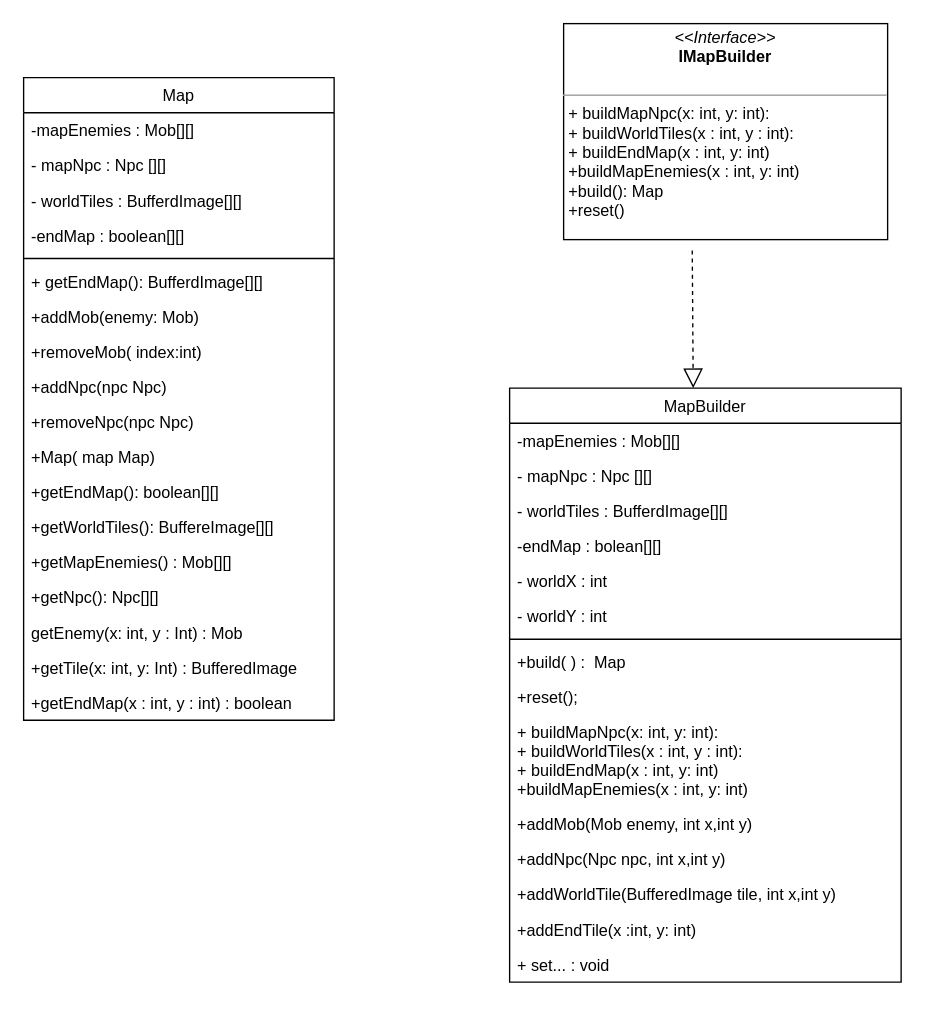
This is log/diagrams/UML/Alessia/Map.drawio from weiss25r/Progetto-ISS-2022-2023, a draw.io file, before an edit. Source tidied: cells renumbered, new cells numbered last; positions are measured from the earlier drawing's top-left corner, leaving out a move shared by most shapes. Both pictures are drawn from the tidied source at 135%, with x=0, y=0 at pixel (23, 23).
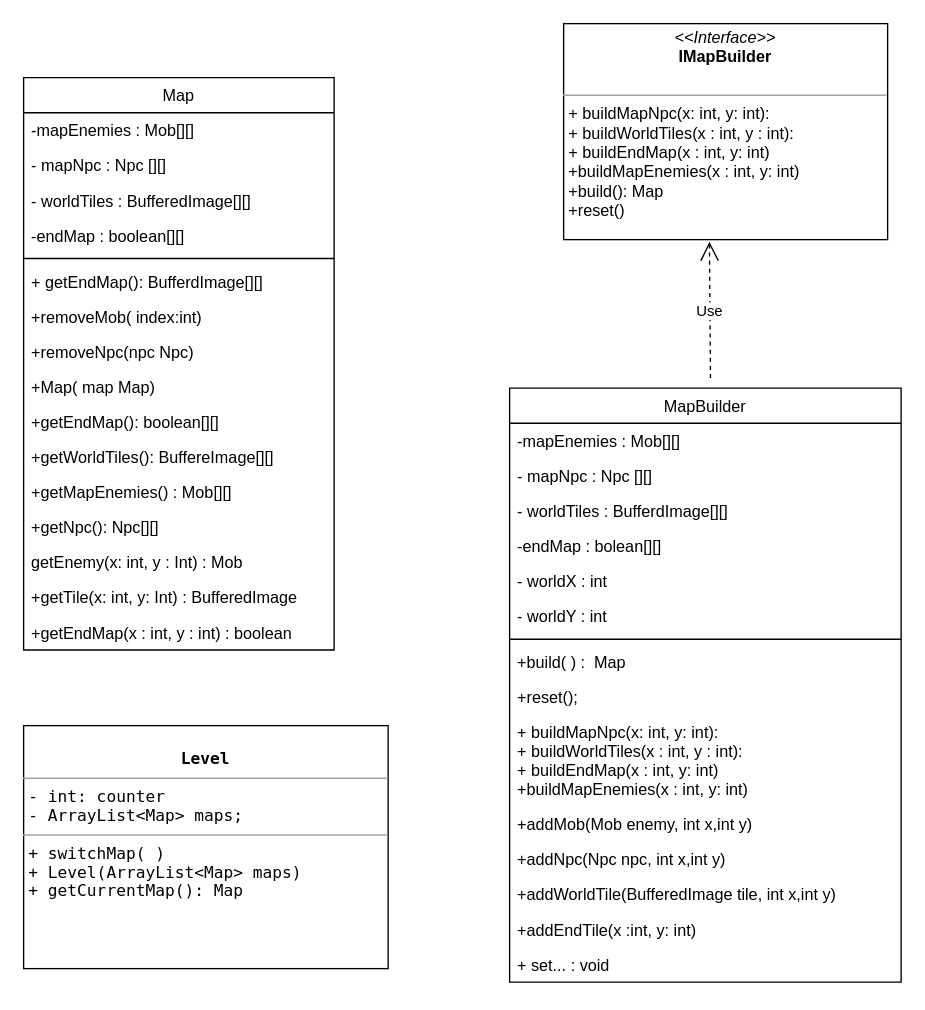
The same diagram, later.

Commit message (it also covers changes not shown here):
Cambiamenti map

Unchanged cells that the change refers to:
```xml
<mxCell id="21" value="&lt;p style=&quot;margin:0px;margin-top:4px;text-align:center;&quot;&gt;&lt;i&gt;&amp;lt;&amp;lt;Interface&amp;gt;&amp;gt;&lt;/i&gt;&lt;br&gt;&lt;b&gt;IMapBuilder&lt;/b&gt;&lt;/p&gt;&lt;p style=&quot;margin:0px;margin-left:4px;&quot;&gt;&lt;br&gt;&lt;/p&gt;&lt;hr size=&quot;1&quot;&gt;&lt;p style=&quot;margin:0px;margin-left:4px;&quot;&gt;+ buildMapNpc(x: int, y: int):&lt;br&gt;+ buildWorldTiles(x : int, y : int):&amp;nbsp;&lt;/p&gt;&lt;p style=&quot;margin:0px;margin-left:4px;&quot;&gt;+ buildEndMap(x : int, y: int)&lt;/p&gt;&lt;p style=&quot;margin:0px;margin-left:4px;&quot;&gt;+buildMapEnemies(x : int, y: int)&lt;/p&gt;&lt;p style=&quot;margin:0px;margin-left:4px;&quot;&gt;+build(): Map&lt;/p&gt;&lt;p style=&quot;margin:0px;margin-left:4px;&quot;&gt;+reset()&lt;/p&gt;" style="verticalAlign=top;align=left;overflow=fill;fontSize=12;fontFamily=Helvetica;html=1;" parent="1" vertex="1">
  <mxGeometry x="400" width="240" height="160" as="geometry" />
</mxCell>
<mxCell id="23" value="MapBuilder" style="swimlane;fontStyle=0;horizontal=1;startSize=26;fillColor=none;" parent="1" vertex="1">
  <mxGeometry x="360" y="270" width="290" height="440" as="geometry" />
</mxCell>
```

The edit, as a diff of the source:
```diff
@@
     <mxCell id="2" value="Map" style="swimlane;fontStyle=0;horizontal=1;startSize=26;fillColor=none;" parent="1" vertex="1">
-      <mxGeometry y="40" width="230" height="476" as="geometry" />
+      <mxGeometry y="40" width="230" height="424" as="geometry" />
     </mxCell>
@@
-    <mxCell id="5" value="- worldTiles : BufferdImage[][]" style="text;strokeColor=none;fillColor=none;align=left;verticalAlign=top;spacingLeft=4;spacingRight=4;overflow=hidden;" parent="2" vertex="1">
+    <mxCell id="5" value="- worldTiles : BufferedImage[][]" style="text;strokeColor=none;fillColor=none;align=left;verticalAlign=top;spacingLeft=4;spacingRight=4;overflow=hidden;" parent="2" vertex="1">
       <mxGeometry y="78" width="230" height="26" as="geometry" />
     </mxCell>
@@
-    <mxCell id="9" value="+addMob(enemy: Mob)" style="text;strokeColor=none;fillColor=none;align=left;verticalAlign=top;spacingLeft=4;spacingRight=4;overflow=hidden;" parent="2" vertex="1">
-      <mxGeometry y="164" width="230" height="26" as="geometry" />
-    </mxCell>
     <mxCell id="10" value="+removeMob( index:int)" style="text;strokeColor=none;fillColor=none;align=left;verticalAlign=top;spacingLeft=4;spacingRight=4;overflow=hidden;" parent="2" vertex="1">
-      <mxGeometry y="190" width="230" height="26" as="geometry" />
+      <mxGeometry y="164" width="230" height="26" as="geometry" />
     </mxCell>
-    <mxCell id="11" value="+addNpc(npc Npc)" style="text;strokeColor=none;fillColor=none;align=left;verticalAlign=top;spacingLeft=4;spacingRight=4;overflow=hidden;" parent="2" vertex="1">
-      <mxGeometry y="216" width="230" height="26" as="geometry" />
-    </mxCell>
     <mxCell id="12" value="+removeNpc(npc Npc)" style="text;strokeColor=none;fillColor=none;align=left;verticalAlign=top;spacingLeft=4;spacingRight=4;overflow=hidden;" parent="2" vertex="1">
-      <mxGeometry y="242" width="230" height="26" as="geometry" />
+      <mxGeometry y="190" width="230" height="26" as="geometry" />
     </mxCell>
     <mxCell id="13" value="+Map( map Map)&#10;" style="text;strokeColor=none;fillColor=none;align=left;verticalAlign=top;spacingLeft=4;spacingRight=4;overflow=hidden;" parent="2" vertex="1">
-      <mxGeometry y="268" width="230" height="26" as="geometry" />
+      <mxGeometry y="216" width="230" height="26" as="geometry" />
     </mxCell>
     <mxCell id="14" value="+getEndMap(): boolean[][]" style="text;strokeColor=none;fillColor=none;align=left;verticalAlign=top;spacingLeft=4;spacingRight=4;overflow=hidden;" parent="2" vertex="1">
-      <mxGeometry y="294" width="230" height="26" as="geometry" />
+      <mxGeometry y="242" width="230" height="26" as="geometry" />
     </mxCell>
     <mxCell id="15" value="+getWorldTiles(): BuffereImage[][]" style="text;strokeColor=none;fillColor=none;align=left;verticalAlign=top;spacingLeft=4;spacingRight=4;overflow=hidden;" parent="2" vertex="1">
-      <mxGeometry y="320" width="230" height="26" as="geometry" />
+      <mxGeometry y="268" width="230" height="26" as="geometry" />
     </mxCell>
     <mxCell id="16" value="+getMapEnemies() : Mob[][] " style="text;strokeColor=none;fillColor=none;align=left;verticalAlign=top;spacingLeft=4;spacingRight=4;overflow=hidden;" parent="2" vertex="1">
-      <mxGeometry y="346" width="230" height="26" as="geometry" />
+      <mxGeometry y="294" width="230" height="26" as="geometry" />
     </mxCell>
     <mxCell id="17" value="+getNpc(): Npc[][]" style="text;strokeColor=none;fillColor=none;align=left;verticalAlign=top;spacingLeft=4;spacingRight=4;overflow=hidden;" parent="2" vertex="1">
-      <mxGeometry y="372" width="230" height="26" as="geometry" />
+      <mxGeometry y="320" width="230" height="26" as="geometry" />
     </mxCell>
     <mxCell id="18" value="getEnemy(x: int, y : Int) : Mob" style="text;strokeColor=none;fillColor=none;align=left;verticalAlign=top;spacingLeft=4;spacingRight=4;overflow=hidden;" parent="2" vertex="1">
-      <mxGeometry y="398" width="230" height="26" as="geometry" />
+      <mxGeometry y="346" width="230" height="26" as="geometry" />
     </mxCell>
     <mxCell id="19" value="+getTile(x: int, y: Int) : BufferedImage " style="text;strokeColor=none;fillColor=none;align=left;verticalAlign=top;spacingLeft=4;spacingRight=4;overflow=hidden;" parent="2" vertex="1">
-      <mxGeometry y="424" width="230" height="26" as="geometry" />
+      <mxGeometry y="372" width="230" height="26" as="geometry" />
     </mxCell>
     <mxCell id="20" value="+getEndMap(x : int, y : int) : boolean" style="text;strokeColor=none;fillColor=none;align=left;verticalAlign=top;spacingLeft=4;spacingRight=4;overflow=hidden;" parent="2" vertex="1">
-      <mxGeometry y="450" width="230" height="26" as="geometry" />
+      <mxGeometry y="398" width="230" height="26" as="geometry" />
     </mxCell>
@@
-    <mxCell id="22" style="endArrow=block;dashed=1;endFill=0;endSize=12;html=1;rounded=0;exitX=0.397;exitY=1.05;exitDx=0;exitDy=0;exitPerimeter=0;entryX=0.469;entryY=0;entryDx=0;entryDy=0;entryPerimeter=0;" parent="1" edge="1" source="21" target="23">
-      <mxGeometry relative="1" as="geometry" />
-    </mxCell>
@@
+    <mxCell id="39" value="&lt;p style=&quot;margin:0px;margin-top:4px;text-align:center;&quot;&gt;&lt;br&gt;&lt;b&gt;Level&lt;/b&gt;&lt;/p&gt;&lt;hr size=&quot;1&quot;&gt;&lt;p style=&quot;margin:0px;margin-left:4px;&quot;&gt;- int: counter&lt;/p&gt;&lt;p style=&quot;margin:0px;margin-left:4px;&quot;&gt;- ArrayList&amp;lt;Map&amp;gt; maps;&lt;/p&gt;&lt;hr size=&quot;1&quot;&gt;&lt;p style=&quot;margin:0px;margin-left:4px;&quot;&gt;+ switchMap( )&lt;br&gt;+ Level(ArrayList&amp;lt;Map&amp;gt; maps)&lt;/p&gt;&lt;p style=&quot;margin:0px;margin-left:4px;&quot;&gt;+ getCurrentMap(): Map&lt;/p&gt;&lt;p style=&quot;margin:0px;margin-left:4px;&quot;&gt;&lt;br&gt;&lt;/p&gt;" style="verticalAlign=top;align=left;overflow=fill;fontSize=12;fontFamily=Lucida Console;html=1;" parent="1" vertex="1">
+      <mxGeometry y="520" width="270" height="180" as="geometry" />
+    </mxCell>
+    <mxCell id="40" value="Use" style="endArrow=open;endSize=12;dashed=1;html=1;rounded=0;entryX=0.45;entryY=1.01;entryDx=0;entryDy=0;entryPerimeter=0;exitX=0.513;exitY=-0.017;exitDx=0;exitDy=0;exitPerimeter=0;" parent="1" edge="1" source="23" target="21">
+      <mxGeometry relative="1" as="geometry" />
+    </mxCell>
```
